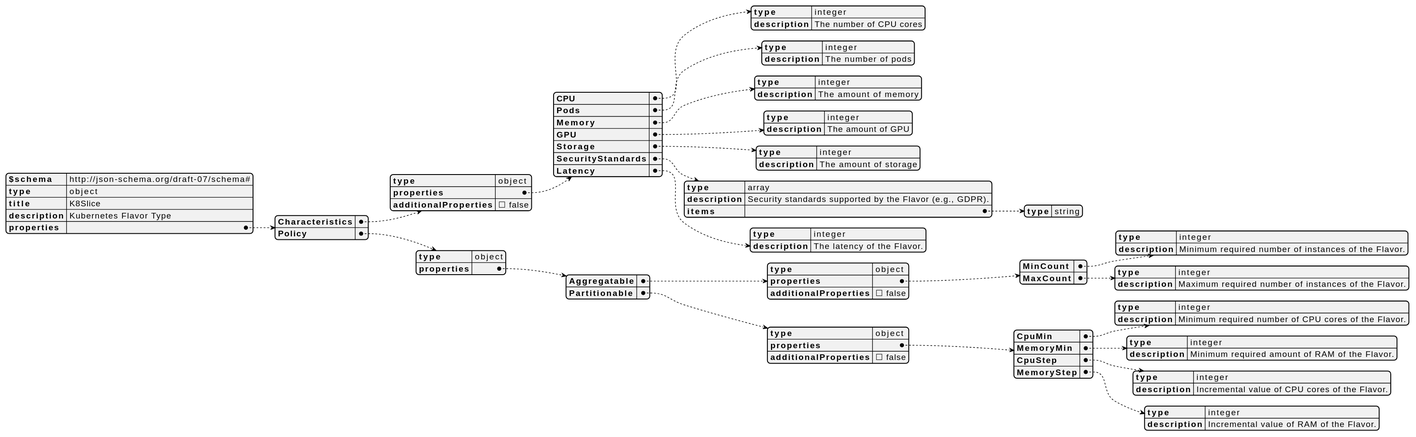
Above: models/schemas/svg/flavor-types/k8slice.svg in fluidos-project/REAR-data-models (PlantUML), before the change.
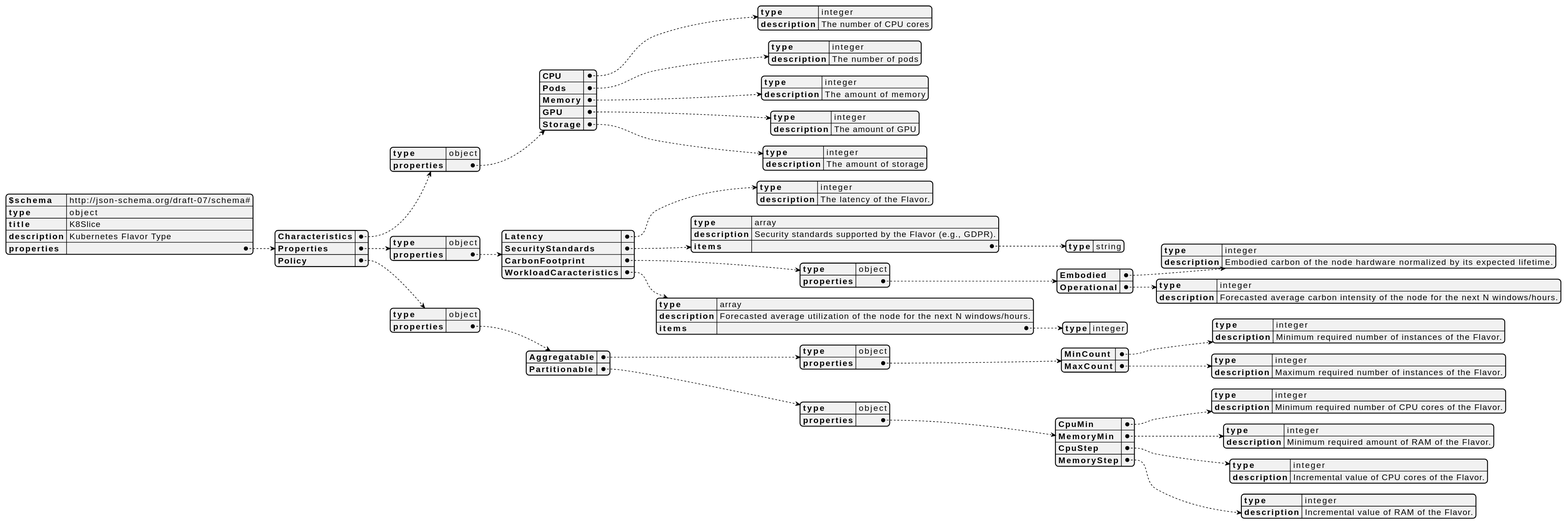
After the change.

Commit message:
update flavor schemas

Change to the diagram source:
```diff
@@ -27,6 +27,15 @@
                 "Storage": {
                     "type": "integer",
                     "description": "The amount of storage"
+                }
+            }
+        },
+        "Properties": {
+            "type": "object",
+            "properties": {
+                "Latency": {
+                    "type": "integer",
+                    "description": "The latency of the Flavor."
                 },
                 "SecurityStandards": {
                     "type": "array",
@@ -35,12 +44,27 @@
                         "type": "string"
                     }
                 },
-                "Latency": {
-                    "type": "integer",
-                    "description": "The latency of the Flavor."
+                "CarbonFootprint": {
+                    "type": "object",
+                    "properties": {
+                        "Embodied": {
+                            "type": "integer",
+                            "description": "Embodied carbon of the node hardware normalized by its expected lifetime."
+                        },
+                        "Operational": {
+                            "type": "integer",
+                            "description": "Forecasted average carbon intensity of the node for the next N windows/hours."
+                        }
+                    }
+                },
+                "WorkloadCaracteristics": {
+                    "type": "array",
+                    "description": "Forecasted average utilization of the node for the next N windows/hours.",
+                    "items": {
+                        "type": "integer"
+                    }
                 }
-            },
-            "additionalProperties": false
+            }
         },
         "Policy": {
             "type": "object",
@@ -56,8 +80,7 @@
                             "type": "integer",
                             "description": "Maximum required number of instances of the Flavor."
                         }
-                    },
-                    "additionalProperties": false
+                    }
                 },
                 "Partitionable": {
                     "type": "object",
@@ -78,8 +101,7 @@
                             "type": "integer",
                             "description": "Incremental value of RAM of the Flavor."
                         }
-                    },
-                    "additionalProperties": false
+                    }
                 }
             }
         }
```
